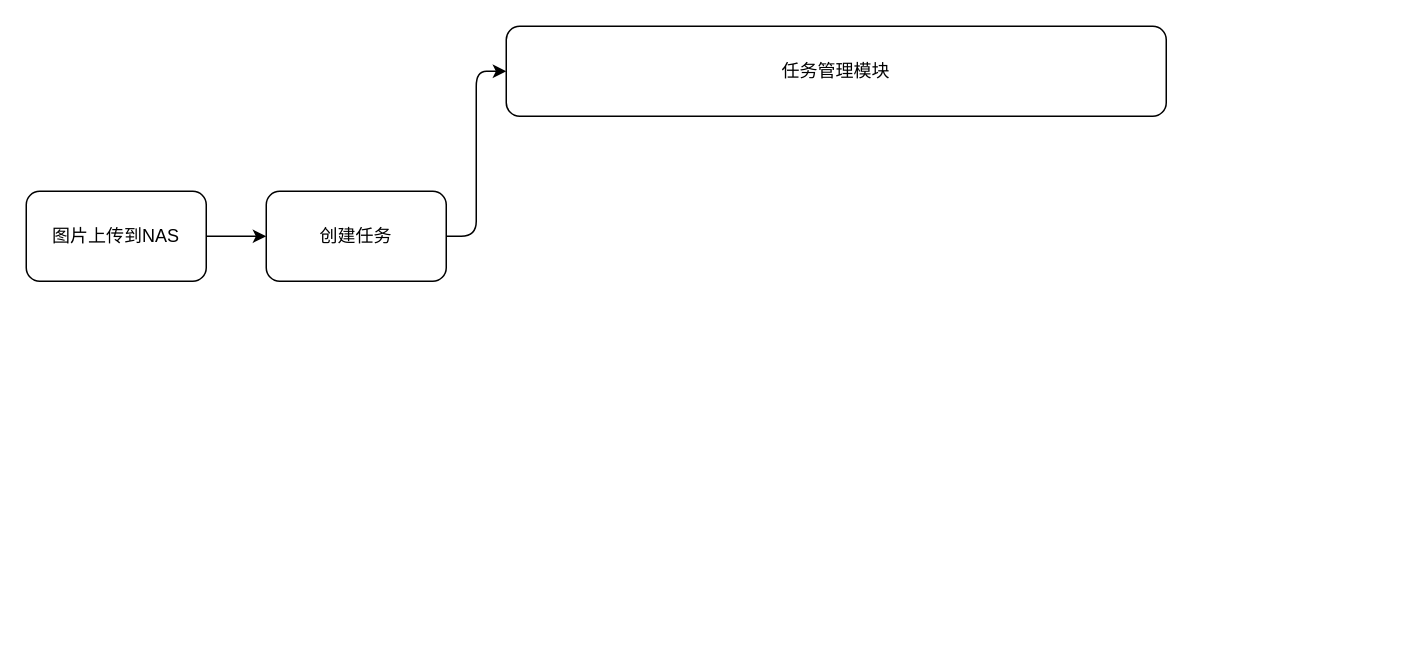
The draw.io diagram task_execute_pipeline.drawio in ForsakenLi/draw.io, before the edit. Source tidied: cells renumbered, new cells numbered last; positions are measured from the earlier drawing's top-left corner, leaving out a move shared by most shapes. Both pictures are drawn from the tidied source at 150%, with x=0, y=0 at pixel (26, 26).
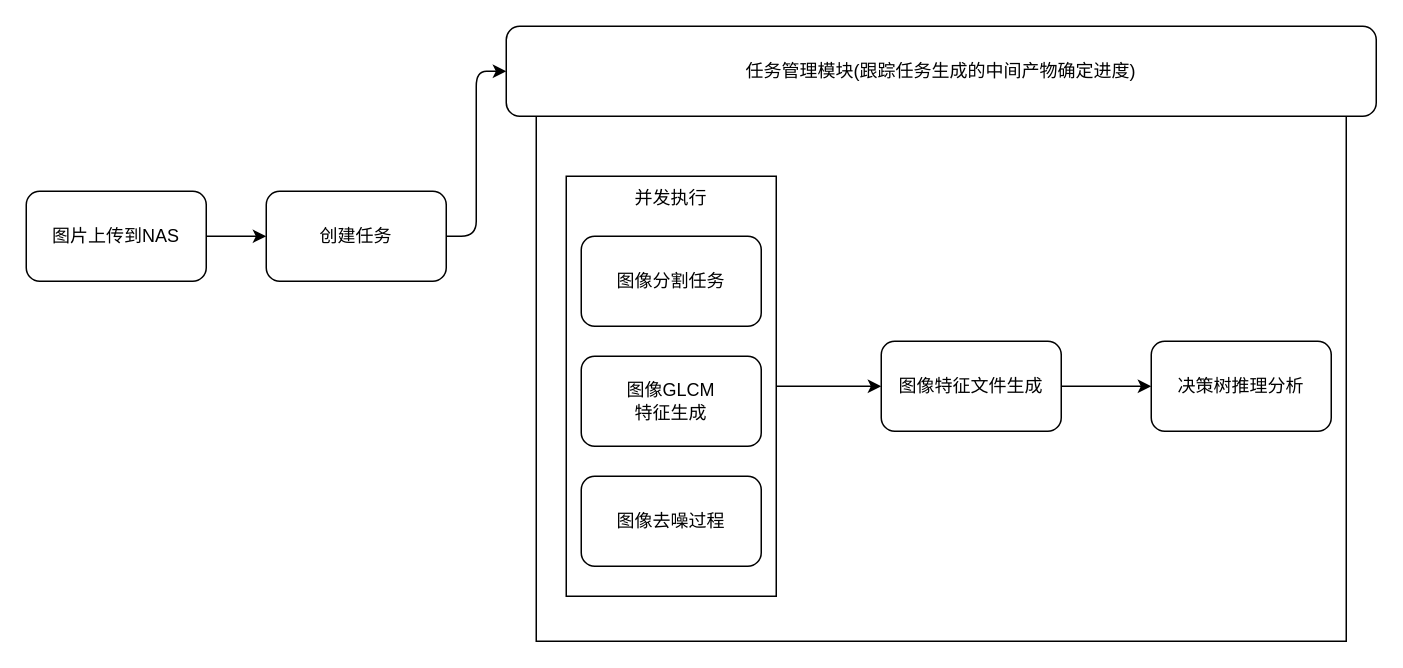
The same diagram, later.

Change to the diagram source:
```diff
@@
 <mxGraphModel>
   <root>
     <mxCell id="0" />
     <mxCell id="1" parent="0" />
+    <mxCell id="7" style="rounded=0;whiteSpace=wrap;html=1;" parent="1" vertex="1">
+      <mxGeometry x="340" y="60" width="540" height="350" as="geometry" />
+    </mxCell>
+    <mxCell id="8" style="edgeStyle=orthogonalEdgeStyle;rounded=1;jettySize=auto;html=1;exitX=1;exitY=0.5;exitDx=0;exitDy=0;entryX=0;entryY=0.5;entryDx=0;entryDy=0;" parent="1" edge="1" source="9" target="15">
+      <mxGeometry relative="1" as="geometry" />
+    </mxCell>
+    <mxCell id="9" style="rounded=0;whiteSpace=wrap;html=1;" parent="1" vertex="1">
+      <mxGeometry x="360" y="100" width="140" height="280" as="geometry" />
+    </mxCell>
     <mxCell id="2" style="edgeStyle=orthogonalEdgeStyle;rounded=0;jettySize=auto;html=1;" parent="1" edge="1" source="3" target="5">
       <mxGeometry relative="1" as="geometry" />
     </mxCell>
     <mxCell id="3" value="图片上传到NAS" style="rounded=1;whiteSpace=wrap;html=1;" parent="1" vertex="1">
       <mxGeometry y="110" width="120" height="60" as="geometry" />
     </mxCell>
     <mxCell id="4" style="edgeStyle=orthogonalEdgeStyle;rounded=1;jettySize=auto;html=1;entryX=0;entryY=0.5;entryDx=0;entryDy=0;" parent="1" edge="1" source="5" target="6">
       <mxGeometry relative="1" as="geometry" />
     </mxCell>
     <mxCell id="5" value="创建任务" style="rounded=1;whiteSpace=wrap;html=1;" parent="1" vertex="1">
       <mxGeometry x="160" y="110" width="120" height="60" as="geometry" />
     </mxCell>
-    <mxCell id="6" value="任务管理模块" style="rounded=1;whiteSpace=wrap;html=1;" parent="1" vertex="1">
-      <mxGeometry x="320" width="440" height="60" as="geometry" />
+    <mxCell id="6" value="任务管理模块(跟踪任务生成的中间产物确定进度)" style="rounded=1;whiteSpace=wrap;html=1;" parent="1" vertex="1">
+      <mxGeometry x="320" width="580" height="60" as="geometry" />
     </mxCell>
+    <mxCell id="10" value="图像分割任务" style="rounded=1;whiteSpace=wrap;html=1;" parent="1" vertex="1">
+      <mxGeometry x="370" y="140" width="120" height="60" as="geometry" />
+    </mxCell>
+    <mxCell id="11" value="并发执行" style="text;html=1;strokeColor=none;fillColor=none;align=center;verticalAlign=middle;whiteSpace=wrap;rounded=0;" parent="1" vertex="1">
+      <mxGeometry x="400" y="100" width="60" height="30" as="geometry" />
+    </mxCell>
+    <mxCell id="12" value="图像GLCM&lt;br&gt;特征生成" style="rounded=1;whiteSpace=wrap;html=1;" parent="1" vertex="1">
+      <mxGeometry x="370" y="220" width="120" height="60" as="geometry" />
+    </mxCell>
+    <mxCell id="13" value="图像去噪过程" style="rounded=1;whiteSpace=wrap;html=1;" parent="1" vertex="1">
+      <mxGeometry x="370" y="300" width="120" height="60" as="geometry" />
+    </mxCell>
+    <mxCell id="14" style="edgeStyle=orthogonalEdgeStyle;rounded=1;jettySize=auto;html=1;" parent="1" edge="1" source="15" target="16">
+      <mxGeometry relative="1" as="geometry" />
+    </mxCell>
+    <mxCell id="15" value="图像特征文件生成" style="rounded=1;whiteSpace=wrap;html=1;" parent="1" vertex="1">
+      <mxGeometry x="570" y="210" width="120" height="60" as="geometry" />
+    </mxCell>
+    <mxCell id="16" value="决策树推理分析" style="rounded=1;whiteSpace=wrap;html=1;" parent="1" vertex="1">
+      <mxGeometry x="750" y="210" width="120" height="60" as="geometry" />
+    </mxCell>
   </root>
 </mxGraphModel>
```
